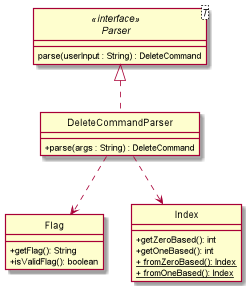
Before: docs/images/DeleteCommandParserClassDiagram.png, a diagram exported from PlantUML (wireseo/tp). Source of this version:
```plantuml
@startuml
skinparam backgroundColor #ffffff
skinparam classAttributeIconSize 0
hide circle

class DeleteCommandParser implements Parser {
    + parse(args : String) : DeleteCommand
}

interface Parser<T> <<interface>> {
    parse(userInput : String) : DeleteCommand
}

class Flag {
    + getFlag(): String
    + isValidFlag(): boolean
}

class Index {
    + getZeroBased(): int
    + getOneBased(): int
    <u>+ fromZeroBased(): Index
    <u>+ fromOneBased(): Index
}

DeleteCommandParser ..> Flag
DeleteCommandParser ..> Index

@enduml
```
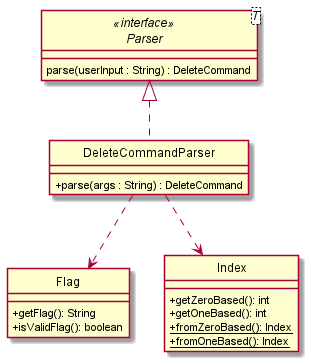
After the change.

What changed in the source:
```diff
@@ -19,8 +19,8 @@
 class Index {
     + getZeroBased(): int
     + getOneBased(): int
-    <u>+ fromZeroBased(): Index
-    <u>+ fromOneBased(): Index
+    <u>+fromZeroBased(): Index
+    <u>+fromOneBased(): Index
 }
 
 DeleteCommandParser ..> Flag
```
